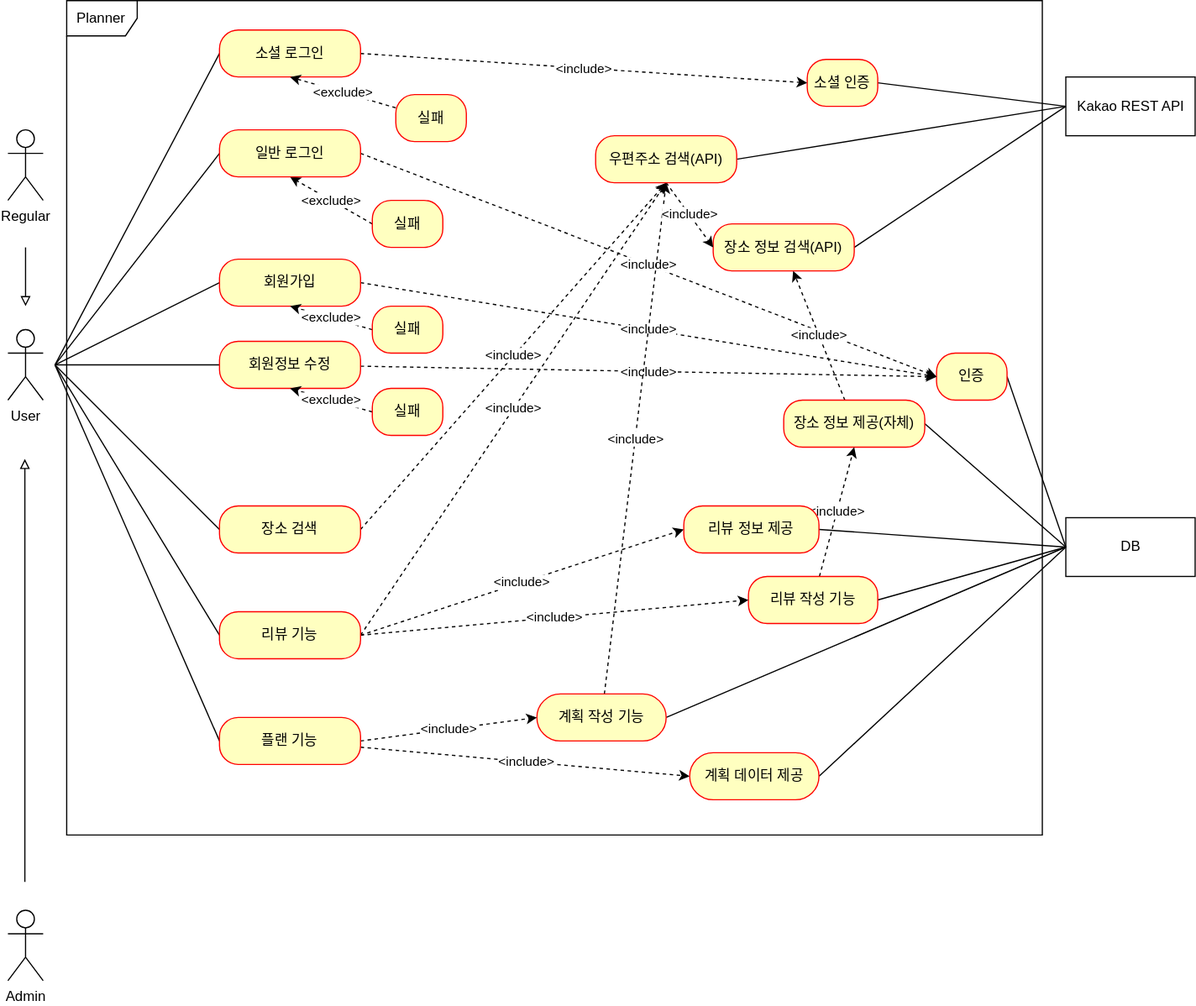
Before: document/use-case.svg, a diagram exported from draw.io (mrcocoball/cocoball-store). Source tidied: cells renumbered, new cells last; positions are measured from the earlier drawing's top-left corner, leaving out a move shared by most shapes.
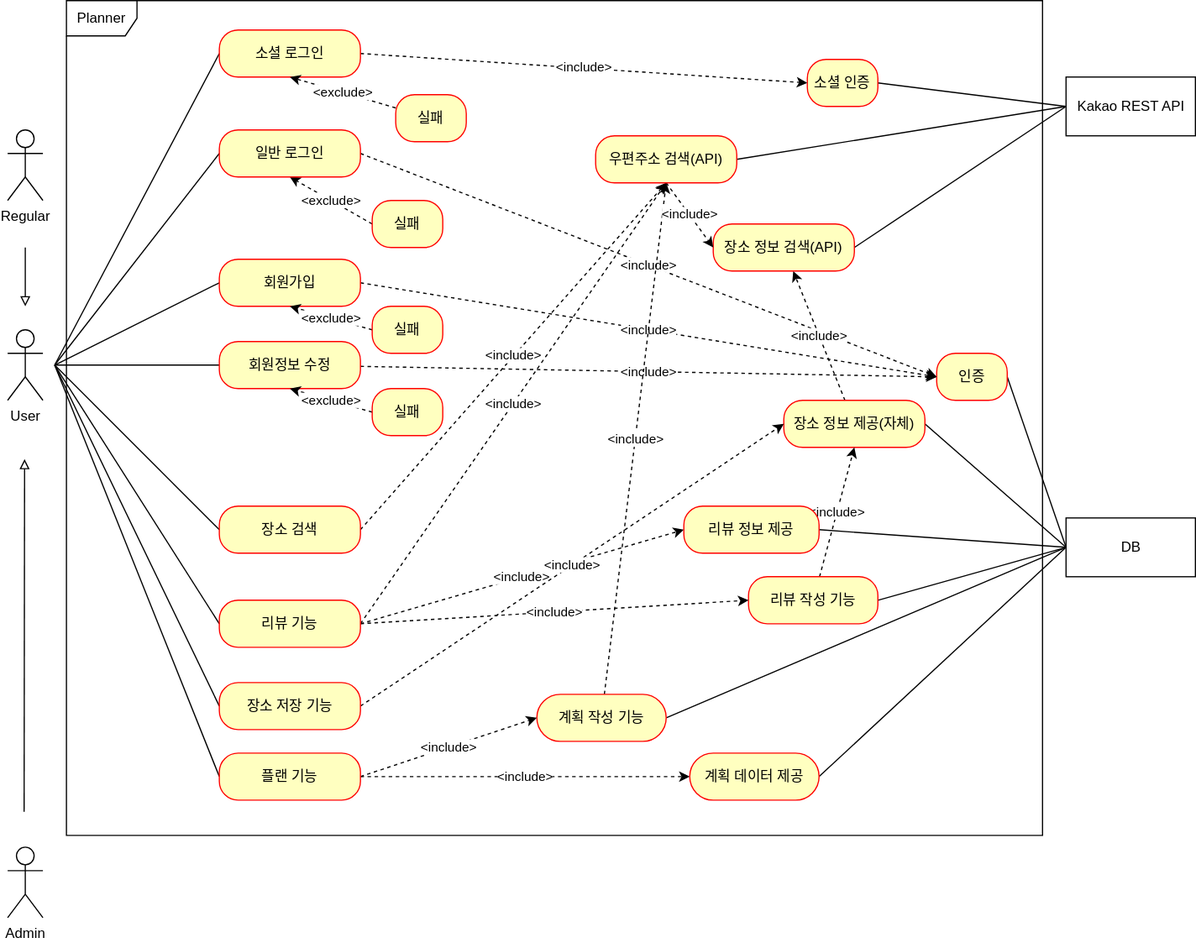
Later version of the same file.

Commit message:
#4 - use-case 업데이트

The edit, as a diff of the source:
```diff
@@ -2,6 +2,9 @@
   <root>
     <mxCell id="0" />
     <mxCell id="1" parent="0" />
+    <mxCell id="63" value="Planner" style="shape=umlFrame;whiteSpace=wrap;html=1;" parent="1" vertex="1">
+      <mxGeometry x="50" width="830" height="710" as="geometry" />
+    </mxCell>
     <mxCell id="2" style="rounded=0;jettySize=auto;html=1;entryX=0;entryY=0.5;entryDx=0;entryDy=0;endArrow=none;endFill=0;" parent="1" edge="1" target="20">
       <mxGeometry relative="1" as="geometry">
         <mxPoint x="40" y="310" as="sourcePoint" />
@@ -105,12 +108,12 @@
     </mxCell>
     <mxCell id="32" style="edgeStyle=none;rounded=0;orthogonalLoop=1;jettySize=auto;html=1;endArrow=block;endFill=0;" parent="1" edge="1">
       <mxGeometry relative="1" as="geometry">
-        <mxPoint x="14.4" y="750" as="sourcePoint" />
+        <mxPoint x="14" y="690" as="sourcePoint" />
         <mxPoint x="14.4" y="390" as="targetPoint" />
       </mxGeometry>
     </mxCell>
     <mxCell id="33" value="Admin" style="shape=umlActor;verticalLabelPosition=bottom;verticalAlign=top;html=1;" parent="1" vertex="1">
-      <mxGeometry y="774" width="30" height="60" as="geometry" />
+      <mxGeometry y="720" width="30" height="60" as="geometry" />
     </mxCell>
     <mxCell id="34" style="edgeStyle=none;rounded=0;jettySize=auto;html=1;endArrow=none;endFill=0;exitX=0;exitY=0.5;exitDx=0;exitDy=0;" parent="1" edge="1" source="38">
       <mxGeometry relative="1" as="geometry">
@@ -127,7 +130,7 @@
       <mxGeometry relative="1" as="geometry" />
     </mxCell>
     <mxCell id="38" value="리뷰 기능" style="rounded=1;whiteSpace=wrap;html=1;arcSize=40;fontColor=#000000;fillColor=#ffffc0;strokeColor=#ff0000;" parent="1" vertex="1">
-      <mxGeometry x="180" y="520" width="120" height="40" as="geometry" />
+      <mxGeometry x="180" y="510" width="120" height="40" as="geometry" />
     </mxCell>
     <mxCell id="39" style="edgeStyle=none;rounded=0;jettySize=auto;html=1;endArrow=none;endFill=0;exitX=0;exitY=0.5;exitDx=0;exitDy=0;" parent="1" edge="1" source="42">
       <mxGeometry relative="1" as="geometry">
@@ -141,7 +144,7 @@
       <mxGeometry relative="1" as="geometry" />
     </mxCell>
     <mxCell id="42" value="플랜 기능" style="rounded=1;whiteSpace=wrap;html=1;arcSize=40;fontColor=#000000;fillColor=#ffffc0;strokeColor=#ff0000;" parent="1" vertex="1">
-      <mxGeometry x="180" y="610" width="120" height="40" as="geometry" />
+      <mxGeometry x="180" y="640" width="120" height="40" as="geometry" />
     </mxCell>
     <mxCell id="43" style="edgeStyle=none;rounded=0;jettySize=auto;html=1;endArrow=none;endFill=0;exitX=0;exitY=0.5;exitDx=0;exitDy=0;" parent="1" edge="1" source="45">
       <mxGeometry relative="1" as="geometry">
@@ -207,8 +210,16 @@
     <mxCell id="62" value="실패" style="rounded=1;whiteSpace=wrap;html=1;arcSize=40;fontColor=#000000;fillColor=#ffffc0;strokeColor=#ff0000;" parent="1" vertex="1">
       <mxGeometry x="330" y="80" width="60" height="40" as="geometry" />
     </mxCell>
-    <mxCell id="63" value="Planner" style="shape=umlFrame;whiteSpace=wrap;html=1;" parent="1" vertex="1">
-      <mxGeometry x="50" width="830" height="710" as="geometry" />
-    </mxCell>
+    <mxCell id="64" style="rounded=0;jettySize=auto;html=1;endArrow=none;endFill=0;exitX=0;exitY=0.5;exitDx=0;exitDy=0;" parent="1" edge="1" source="66">
+      <mxGeometry relative="1" as="geometry">
+        <mxPoint x="40" y="310" as="targetPoint" />
+      </mxGeometry>
+    </mxCell>
+    <mxCell id="65" value="&amp;lt;include&amp;gt;" style="edgeStyle=none;rounded=0;jettySize=auto;html=1;entryX=0;entryY=0.5;entryDx=0;entryDy=0;endArrow=classic;endFill=1;exitX=1;exitY=0.5;exitDx=0;exitDy=0;dashed=1;" parent="1" edge="1" source="66" target="23">
+      <mxGeometry relative="1" as="geometry" />
+    </mxCell>
+    <mxCell id="66" value="장소 저장 기능" style="rounded=1;whiteSpace=wrap;html=1;arcSize=40;fontColor=#000000;fillColor=#ffffc0;strokeColor=#ff0000;" parent="1" vertex="1">
+      <mxGeometry x="180" y="580" width="120" height="40" as="geometry" />
+    </mxCell>
   </root>
 </mxGraphModel>
```
